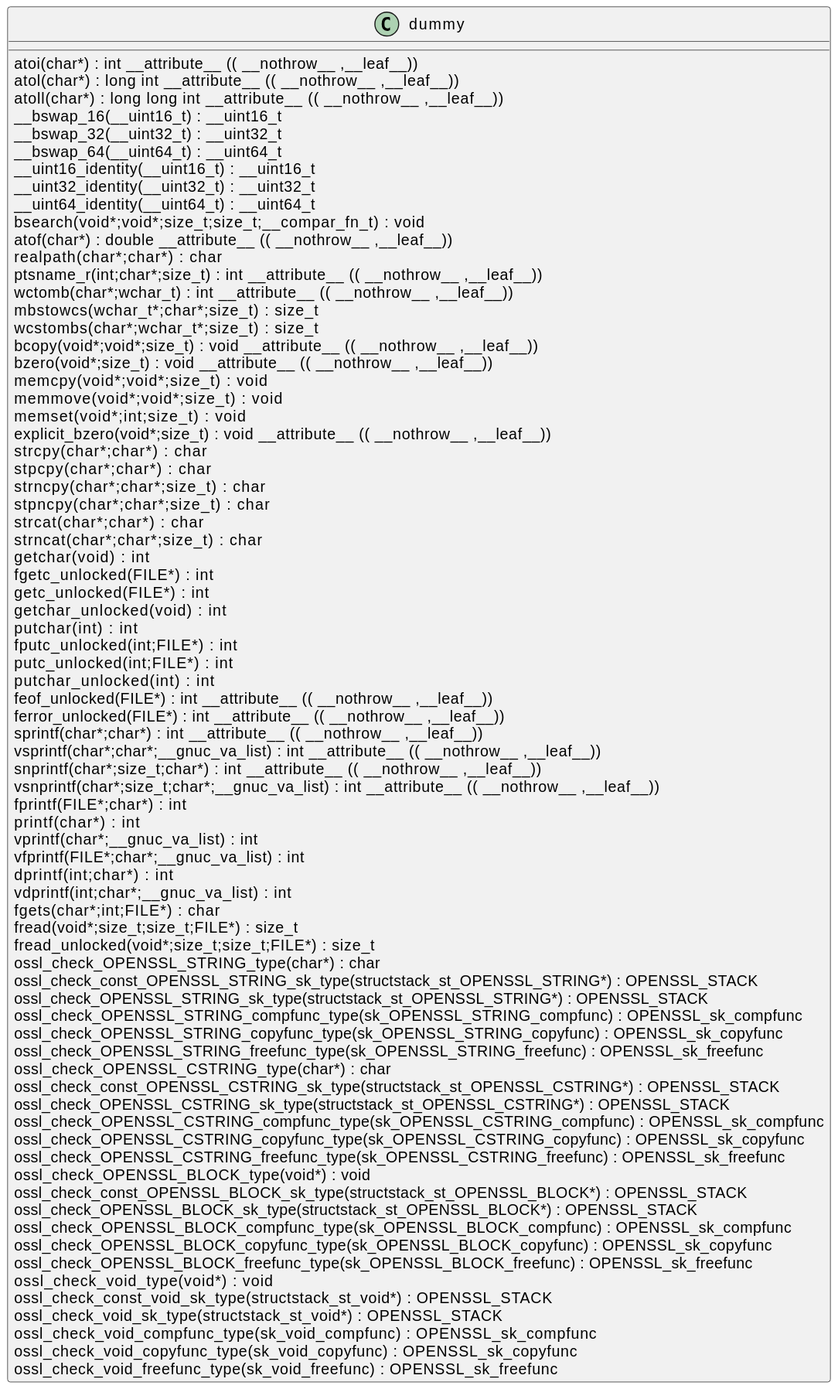
The PlantUML diagram docs/qc/crypto/core_namemap.c.svg in qualitesys/openssl, before a commit.
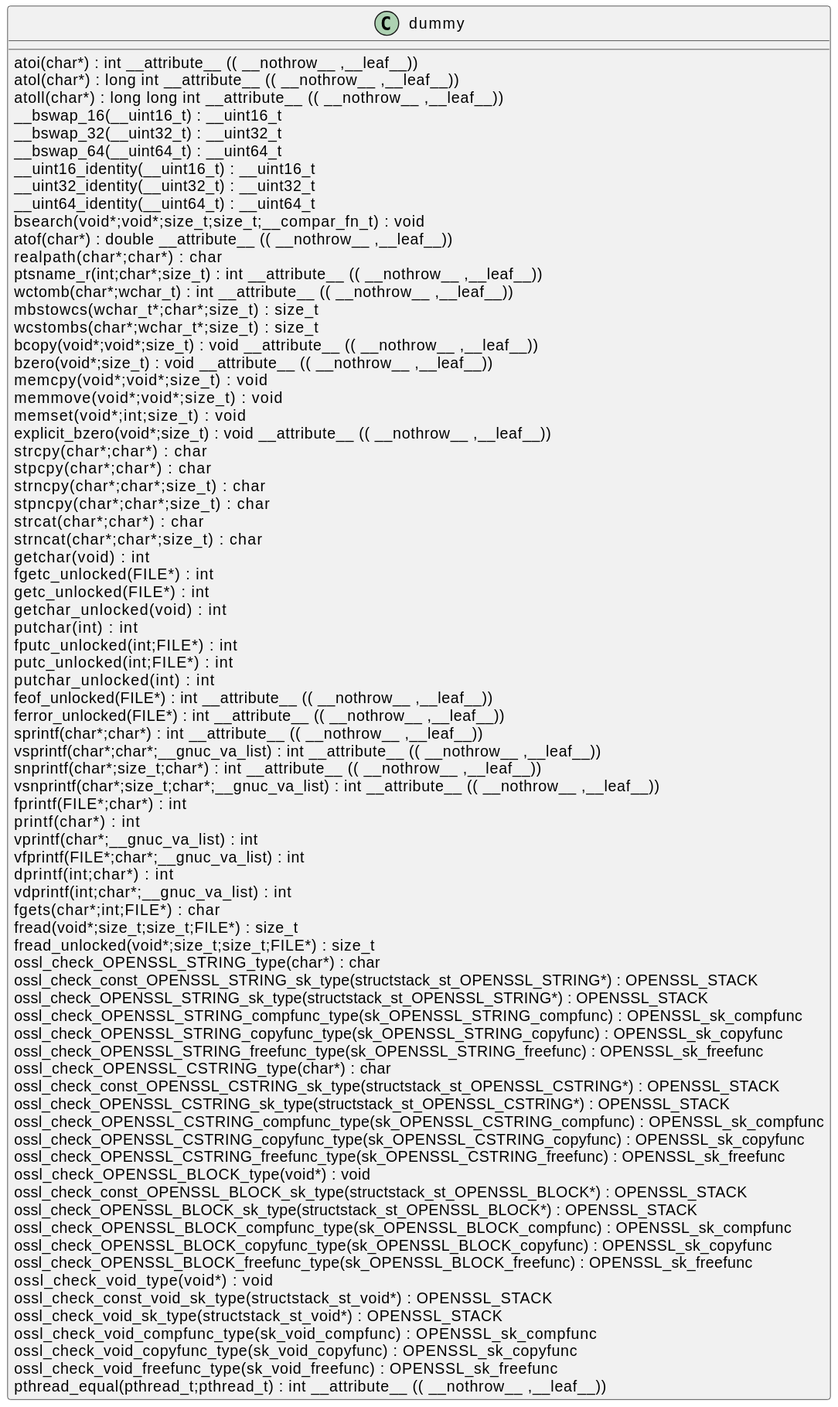
The same file after the commit.

What changed in the source:
```diff
@@ -76,5 +76,6 @@
 ossl_check_void_compfunc_type(sk_void_compfunc) : OPENSSL_sk_compfunc [[[./../.././qc/crypto/core_namemap.c.html#1]]]
 ossl_check_void_copyfunc_type(sk_void_copyfunc) : OPENSSL_sk_copyfunc [[[./../.././qc/crypto/core_namemap.c.html#1]]]
 ossl_check_void_freefunc_type(sk_void_freefunc) : OPENSSL_sk_freefunc [[[./../.././qc/crypto/core_namemap.c.html#1]]]
+pthread_equal(pthread_t;pthread_t) :  int  __attribute__ (( __nothrow__ ,__leaf__)) [[[./../.././qc/crypto/core_namemap.c.html#1]]]
 }
 @enduml
```
